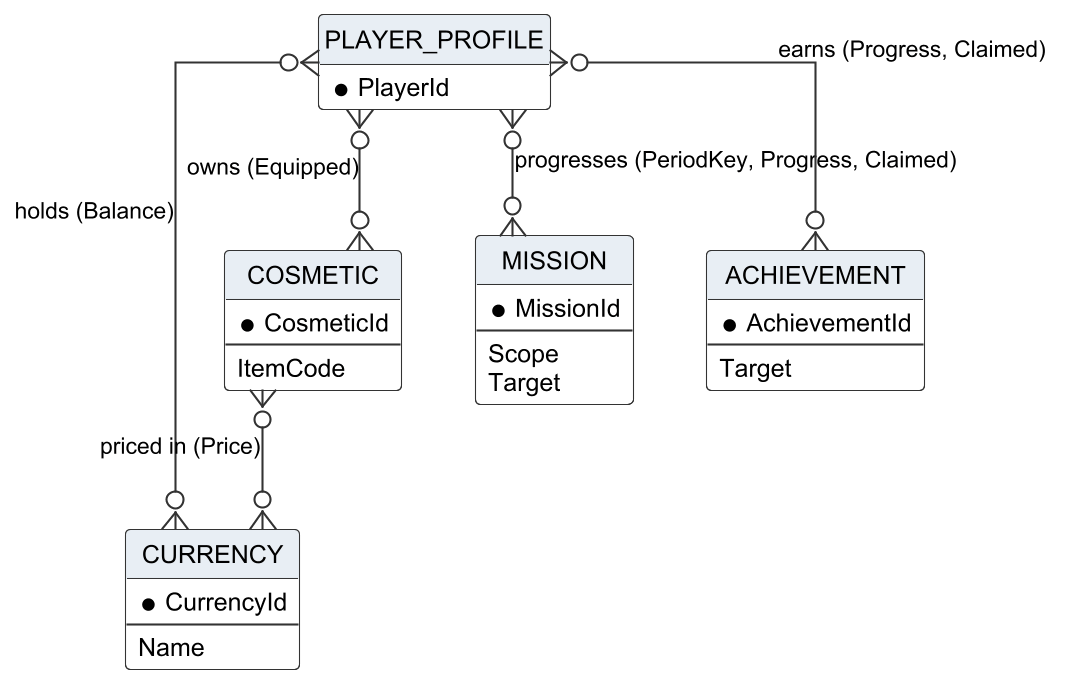
Above: Doc/Project_report/Report/diagrams/png/r3_cerd_economy.png in Tad-Min/PickleVerse (PlantUML), before the change.
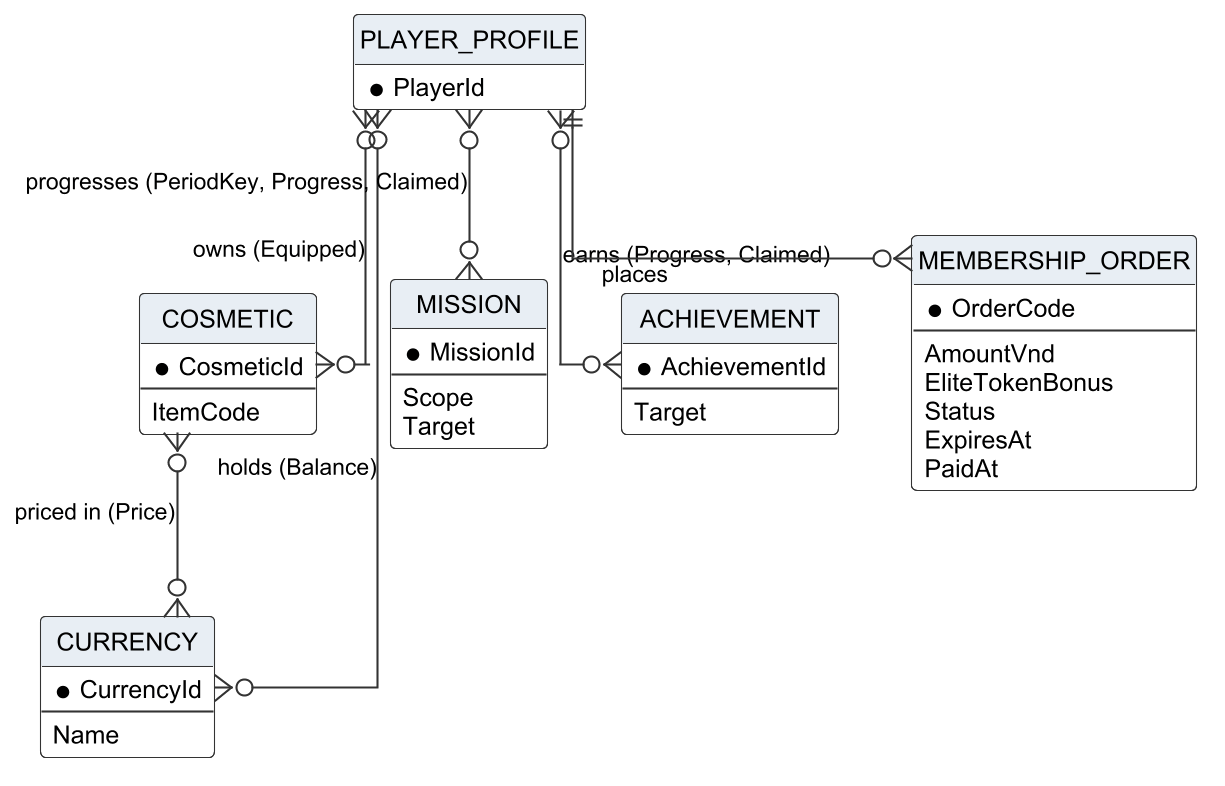
After the commit.

The edit, as a diff of the source:
```diff
@@ -27,9 +27,19 @@
   --
   Target
 }
+entity "MEMBERSHIP_ORDER" as MEMBERSHIP_ORDER {
+  * OrderCode
+  --
+  AmountVnd
+  EliteTokenBonus
+  Status
+  ExpiresAt
+  PaidAt
+}
 PLAYER_PROFILE }o--o{ CURRENCY : "holds (Balance)"
 COSMETIC }o--o{ CURRENCY : "priced in (Price)"
 PLAYER_PROFILE }o--o{ COSMETIC : "owns (Equipped)"
 PLAYER_PROFILE }o--o{ MISSION : "progresses (PeriodKey, Progress, Claimed)"
 PLAYER_PROFILE }o--o{ ACHIEVEMENT : "earns (Progress, Claimed)"
+PLAYER_PROFILE ||--o{ MEMBERSHIP_ORDER : "places"
 @enduml
```
